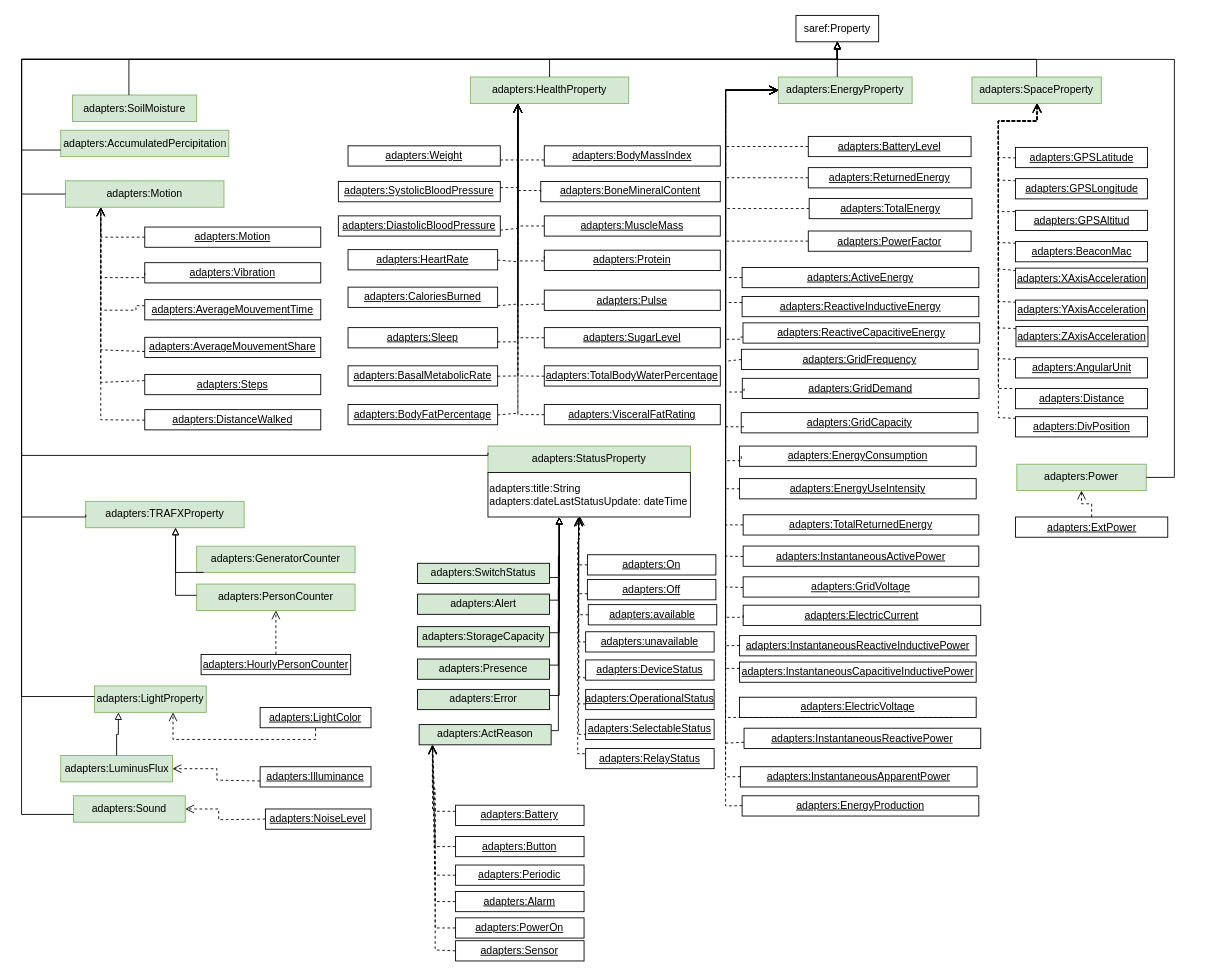
oeg-upm/auroral-adapters-ontology keeps this draw.io diagram as Diagrams/properties.drawio. Above is the earlier version. Source tidied: cells renumbered, new cells numbered last; positions are measured from the earlier drawing's top-left corner, leaving out a move shared by most shapes. Both pictures are drawn from the tidied source at 88%, with x=0, y=0 at pixel (21, 15).
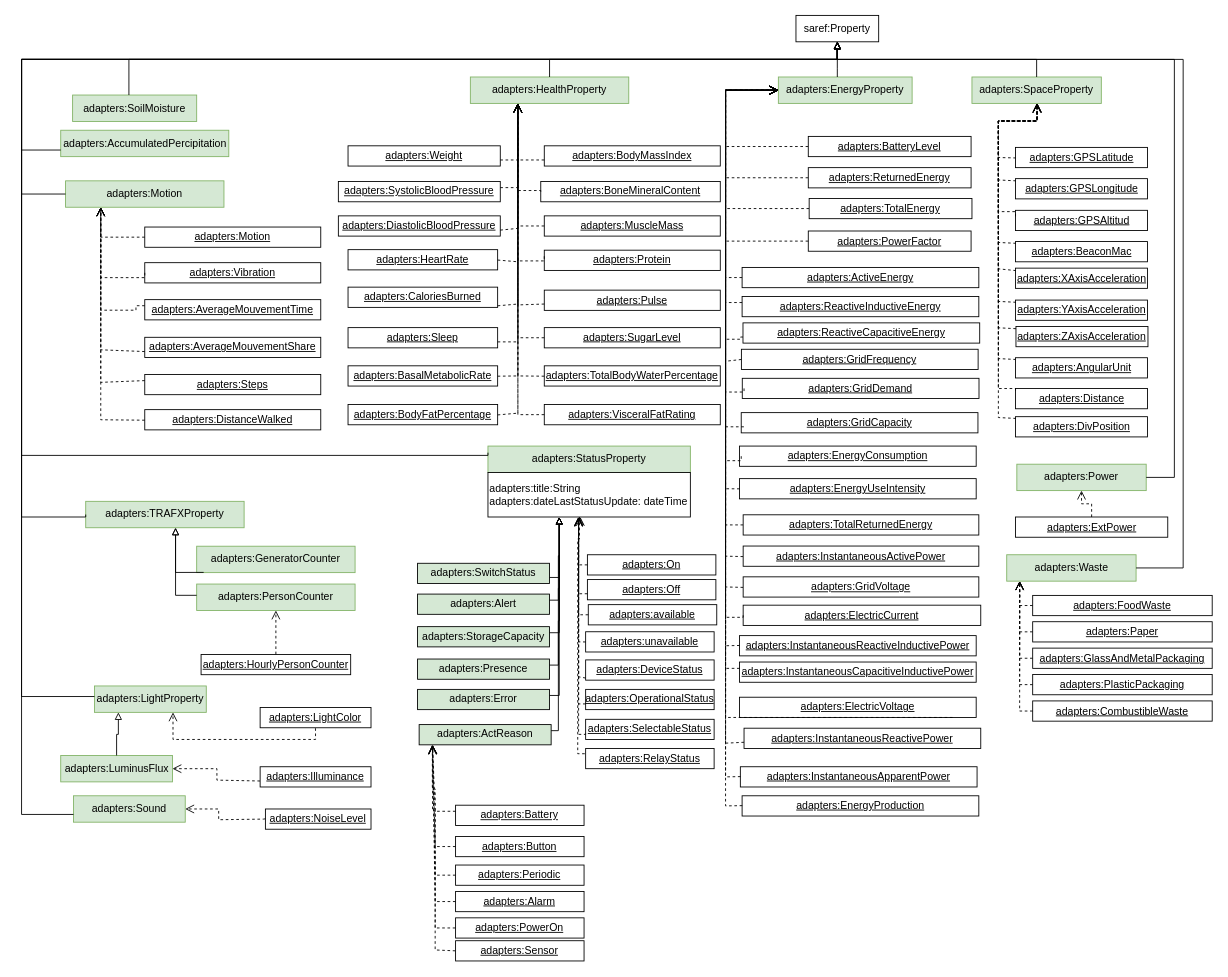
The same page after the edit.

Commit message (it also covers changes not shown here):
Added waste properties

Added properties related to waste needed for Hålogaland Tourism Pilot.

Unchanged cells that the change refers to:
```xml
<mxCell id="2" value="saref:Property" style="rounded=0;whiteSpace=wrap;html=1;points=[[0.1,0],[0.2,0],[0.3,0],[0.4,0],[0.5,0],[0.6,0],[0.7,0],[0.8,0],[0.9,0],[0,0.1],[0,0.3],[0,0.5],[0,0.7],[0,0.9],[0.1,1],[0.2,1],[0.3,1],[0.4,1],[0.5,1],[0.6,1],[0.7,1],[0.8,1],[0.9,1],[1,0.1],[1,0.3],[1,0.5],[1,0.7],[1,0.9]];" parent="1" vertex="1">
  <mxGeometry x="880" width="94" height="30" as="geometry" />
</mxCell>
```

Change to the diagram source:
```diff
@@
+    <mxCell id="190" value="adapters:Waste" style="rounded=0;whiteSpace=wrap;html=1;fillColor=#d5e8d4;strokeColor=#82b366;points=[[0.1,0],[0.2,0],[0.3,0],[0.4,0],[0.5,0],[0.6,0],[0.7,0],[0.8,0],[0.9,0],[0,0.1],[0,0.3],[0,0.5],[0,0.7],[0,0.9],[0.1,1],[0.2,1],[0.3,1],[0.4,1],[0.5,1],[0.6,1],[0.7,1],[0.8,1],[0.9,1],[1,0.1],[1,0.3],[1,0.5],[1,0.7],[1,0.9]];" parent="1" vertex="1">
+      <mxGeometry x="1119.5" y="612.9" width="147" height="30" as="geometry" />
+    </mxCell>
+    <mxCell id="191" value="&lt;u&gt;adapters:FoodWaste&lt;/u&gt;" style="rounded=0;whiteSpace=wrap;html=1;snapToPoint=1;points=[[0.1,0],[0.2,0],[0.3,0],[0.4,0],[0.5,0],[0.6,0],[0.7,0],[0.8,0],[0.9,0],[0,0.1],[0,0.3],[0,0.5],[0,0.7],[0,0.9],[0.1,1],[0.2,1],[0.3,1],[0.4,1],[0.5,1],[0.6,1],[0.7,1],[0.8,1],[0.9,1],[1,0.1],[1,0.3],[1,0.5],[1,0.7],[1,0.9]];" parent="1" vertex="1">
+      <mxGeometry x="1149" y="659.1" width="204" height="23" as="geometry" />
+    </mxCell>
+    <mxCell id="192" style="endArrow=open;html=1;fontColor=#000099;endFill=0;dashed=1;endSize=8;edgeStyle=orthogonalEdgeStyle;arcSize=0;entryX=0.1;entryY=1;entryDx=0;entryDy=0;exitX=0;exitY=0.5;exitDx=0;exitDy=0;" parent="1" edge="1" source="191" target="190">
+      <mxGeometry relative="1" as="geometry" />
+    </mxCell>
+    <mxCell id="193" style="edgeStyle=orthogonalEdgeStyle;rounded=0;jettySize=auto;html=1;fontSize=11;endArrow=block;endFill=0;exitX=1;exitY=0.5;exitDx=0;exitDy=0;entryX=0.5;entryY=1;entryDx=0;entryDy=0;" parent="1" edge="1" source="190" target="2">
+      <mxGeometry relative="1" as="geometry">
+        <Array as="points">
+          <mxPoint x="1320" y="628" />
+          <mxPoint x="1320" y="50" />
+          <mxPoint x="927" y="50" />
+        </Array>
+      </mxGeometry>
+    </mxCell>
+    <mxCell id="194" value="&lt;u&gt;adapters:Paper&lt;/u&gt;" style="rounded=0;whiteSpace=wrap;html=1;snapToPoint=1;points=[[0.1,0],[0.2,0],[0.3,0],[0.4,0],[0.5,0],[0.6,0],[0.7,0],[0.8,0],[0.9,0],[0,0.1],[0,0.3],[0,0.5],[0,0.7],[0,0.9],[0.1,1],[0.2,1],[0.3,1],[0.4,1],[0.5,1],[0.6,1],[0.7,1],[0.8,1],[0.9,1],[1,0.1],[1,0.3],[1,0.5],[1,0.7],[1,0.9]];" parent="1" vertex="1">
+      <mxGeometry x="1149" y="689" width="204" height="23" as="geometry" />
+    </mxCell>
+    <mxCell id="195" style="endArrow=open;html=1;fontColor=#000099;endFill=0;dashed=1;endSize=8;edgeStyle=orthogonalEdgeStyle;arcSize=0;exitX=0;exitY=0.5;exitDx=0;exitDy=0;entryX=0.1;entryY=1;entryDx=0;entryDy=0;" parent="1" edge="1" source="194" target="190">
+      <mxGeometry relative="1" as="geometry" />
+    </mxCell>
+    <mxCell id="196" value="&lt;u&gt;adapters:GlassAndMetalPackaging&lt;/u&gt;" style="rounded=0;whiteSpace=wrap;html=1;snapToPoint=1;points=[[0.1,0],[0.2,0],[0.3,0],[0.4,0],[0.5,0],[0.6,0],[0.7,0],[0.8,0],[0.9,0],[0,0.1],[0,0.3],[0,0.5],[0,0.7],[0,0.9],[0.1,1],[0.2,1],[0.3,1],[0.4,1],[0.5,1],[0.6,1],[0.7,1],[0.8,1],[0.9,1],[1,0.1],[1,0.3],[1,0.5],[1,0.7],[1,0.9]];" parent="1" vertex="1">
+      <mxGeometry x="1149" y="719" width="204" height="23" as="geometry" />
+    </mxCell>
+    <mxCell id="197" style="endArrow=open;html=1;fontColor=#000099;endFill=0;dashed=1;endSize=8;edgeStyle=orthogonalEdgeStyle;arcSize=0;exitX=0;exitY=0.5;exitDx=0;exitDy=0;entryX=0.1;entryY=1;entryDx=0;entryDy=0;" parent="1" edge="1" source="196" target="190">
+      <mxGeometry relative="1" as="geometry" />
+    </mxCell>
+    <mxCell id="198" value="&lt;u&gt;adapters:Plastic&lt;/u&gt;&lt;u&gt;Packaging&lt;/u&gt;" style="rounded=0;whiteSpace=wrap;html=1;snapToPoint=1;points=[[0.1,0],[0.2,0],[0.3,0],[0.4,0],[0.5,0],[0.6,0],[0.7,0],[0.8,0],[0.9,0],[0,0.1],[0,0.3],[0,0.5],[0,0.7],[0,0.9],[0.1,1],[0.2,1],[0.3,1],[0.4,1],[0.5,1],[0.6,1],[0.7,1],[0.8,1],[0.9,1],[1,0.1],[1,0.3],[1,0.5],[1,0.7],[1,0.9]];" parent="1" vertex="1">
+      <mxGeometry x="1149" y="749" width="204" height="23" as="geometry" />
+    </mxCell>
+    <mxCell id="199" style="endArrow=open;html=1;fontColor=#000099;endFill=0;dashed=1;endSize=8;edgeStyle=orthogonalEdgeStyle;arcSize=0;exitX=0;exitY=0.5;exitDx=0;exitDy=0;entryX=0.1;entryY=1;entryDx=0;entryDy=0;" parent="1" edge="1" source="198" target="190">
+      <mxGeometry relative="1" as="geometry" />
+    </mxCell>
+    <mxCell id="200" value="&lt;u&gt;adapters:CombustibleWaste&lt;/u&gt;" style="rounded=0;whiteSpace=wrap;html=1;snapToPoint=1;points=[[0.1,0],[0.2,0],[0.3,0],[0.4,0],[0.5,0],[0.6,0],[0.7,0],[0.8,0],[0.9,0],[0,0.1],[0,0.3],[0,0.5],[0,0.7],[0,0.9],[0.1,1],[0.2,1],[0.3,1],[0.4,1],[0.5,1],[0.6,1],[0.7,1],[0.8,1],[0.9,1],[1,0.1],[1,0.3],[1,0.5],[1,0.7],[1,0.9]];" parent="1" vertex="1">
+      <mxGeometry x="1149" y="779" width="204" height="23" as="geometry" />
+    </mxCell>
+    <mxCell id="201" style="endArrow=open;html=1;fontColor=#000099;endFill=0;dashed=1;endSize=8;edgeStyle=orthogonalEdgeStyle;arcSize=0;exitX=0;exitY=0.5;exitDx=0;exitDy=0;entryX=0.1;entryY=1;entryDx=0;entryDy=0;" parent="1" edge="1" source="200" target="190">
+      <mxGeometry relative="1" as="geometry" />
+    </mxCell>
```
